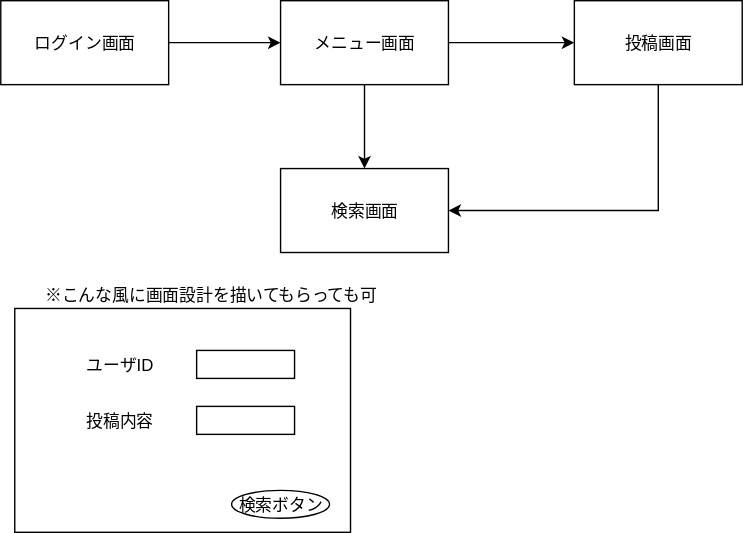
Above: documents/page-design.drawio.svg in 422016Miran/mu-psd-03 (draw.io), before the change. Source tidied: cells renumbered, new cells last; positions are measured from the earlier drawing's top-left corner, leaving out a move shared by most shapes.
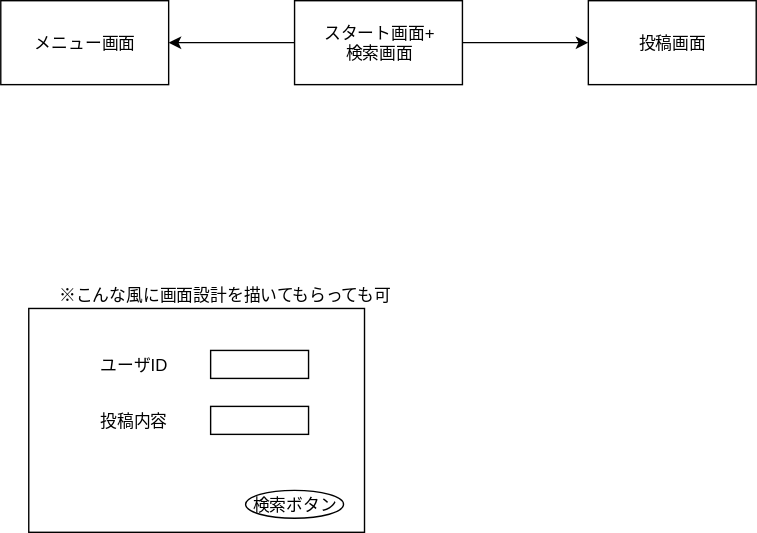
After the commit.

Change to the diagram source:
```diff
@@ -2,29 +2,26 @@
   <root>
     <mxCell id="0" />
     <mxCell id="1" parent="0" />
-    <mxCell id="2" style="edgeStyle=orthogonalEdgeStyle;rounded=0;jettySize=auto;html=1;" parent="1" edge="1" source="3" target="6">
-      <mxGeometry relative="1" as="geometry" />
+    <mxCell id="2" style="edgeStyle=orthogonalEdgeStyle;rounded=0;orthogonalLoop=1;jettySize=auto;html=1;" parent="1" edge="1">
+      <mxGeometry relative="1" as="geometry">
+        <mxPoint x="120" y="30" as="sourcePoint" />
+        <mxPoint x="120" y="30" as="targetPoint" />
+      </mxGeometry>
     </mxCell>
-    <mxCell id="3" value="ログイン画面" style="rounded=0;whiteSpace=wrap;html=1;" parent="1" vertex="1">
-      <mxGeometry width="120" height="60" as="geometry" />
-    </mxCell>
-    <mxCell id="4" style="edgeStyle=orthogonalEdgeStyle;rounded=0;jettySize=auto;html=1;entryX=0;entryY=0.5;entryDx=0;entryDy=0;" parent="1" edge="1" source="6" target="8">
+    <mxCell id="4" style="edgeStyle=orthogonalEdgeStyle;rounded=0;jettySize=auto;html=1;entryX=0;entryY=0.5;entryDx=0;entryDy=0;exitX=1;exitY=0.5;exitDx=0;exitDy=0;" parent="1" edge="1" source="9" target="8">
       <mxGeometry relative="1" as="geometry" />
     </mxCell>
-    <mxCell id="5" style="edgeStyle=orthogonalEdgeStyle;rounded=0;jettySize=auto;html=1;exitX=0.5;exitY=1;exitDx=0;exitDy=0;entryX=0.5;entryY=0;entryDx=0;entryDy=0;" parent="1" edge="1" source="6" target="9">
-      <mxGeometry relative="1" as="geometry" />
-    </mxCell>
     <mxCell id="6" value="メニュー画面" style="rounded=0;whiteSpace=wrap;html=1;" parent="1" vertex="1">
-      <mxGeometry x="200" width="120" height="60" as="geometry" />
+      <mxGeometry x="-10" width="120" height="60" as="geometry" />
     </mxCell>
-    <mxCell id="7" style="edgeStyle=orthogonalEdgeStyle;rounded=0;jettySize=auto;html=1;exitX=0.5;exitY=1;exitDx=0;exitDy=0;entryX=1;entryY=0.5;entryDx=0;entryDy=0;" parent="1" edge="1" source="8" target="9">
+    <mxCell id="7" style="edgeStyle=orthogonalEdgeStyle;rounded=0;jettySize=auto;html=1;entryX=1;entryY=0.5;entryDx=0;entryDy=0;exitX=0;exitY=0.5;exitDx=0;exitDy=0;" parent="1" edge="1" source="9" target="6">
       <mxGeometry relative="1" as="geometry" />
     </mxCell>
     <mxCell id="8" value="投稿画面" style="rounded=0;whiteSpace=wrap;html=1;" parent="1" vertex="1">
       <mxGeometry x="410" width="120" height="60" as="geometry" />
     </mxCell>
-    <mxCell id="9" value="検索画面" style="rounded=0;whiteSpace=wrap;html=1;" parent="1" vertex="1">
-      <mxGeometry x="200" y="120" width="120" height="60" as="geometry" />
+    <mxCell id="9" value="スタート画面+&lt;br&gt;検索画面" style="rounded=0;whiteSpace=wrap;html=1;" parent="1" vertex="1">
+      <mxGeometry x="200" width="120" height="60" as="geometry" />
     </mxCell>
     <mxCell id="10" style="rounded=0;whiteSpace=wrap;html=1;" parent="1" vertex="1">
       <mxGeometry x="10" y="220" width="240" height="160" as="geometry" />
```
